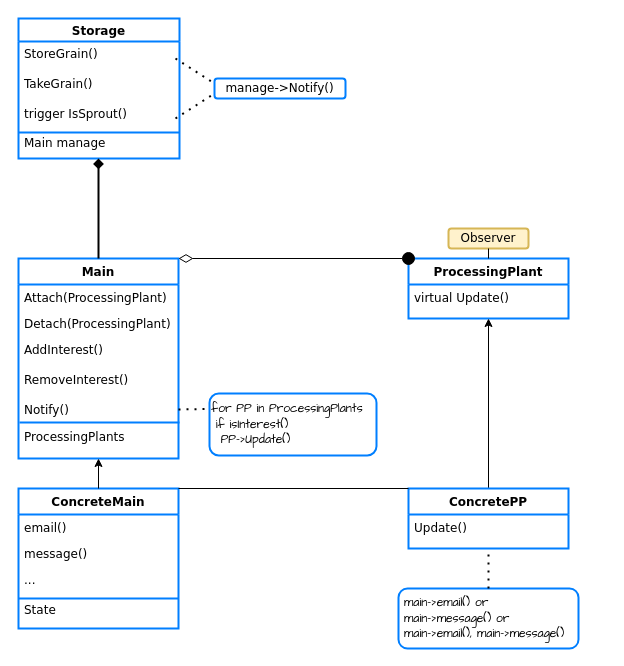
Earlier version of the draw.io diagram SEhw1.drawio (PtilopsisL/drawio). Source tidied: cells renumbered, new cells numbered last; positions are measured from the earlier drawing's top-left corner, leaving out a move shared by most shapes. Both pictures are drawn from the tidied source at 100%, with x=0, y=0 at pixel (18, 18).
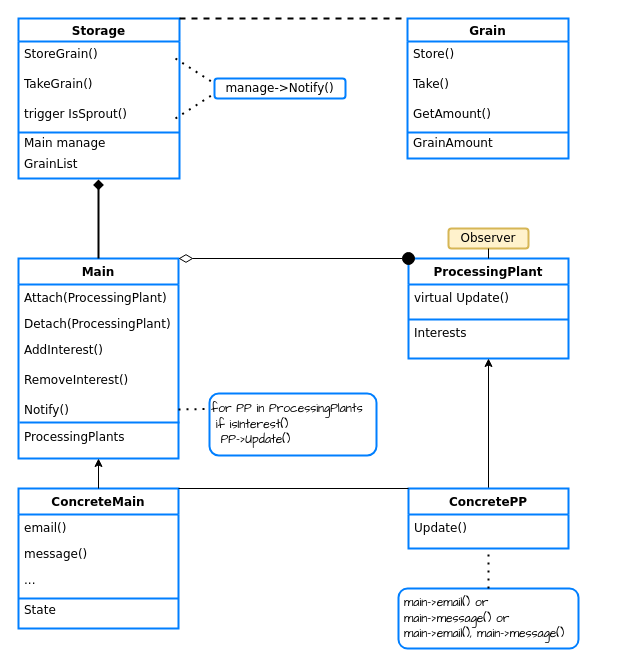
After the change.

Unchanged cells that the change refers to:
```xml
<mxCell id="2" value="Main" style="swimlane;fontStyle=1;align=center;verticalAlign=top;horizontal=1;startSize=26;rounded=0;shadow=0;strokeWidth=2;strokeColor=#007FFF;fontFamily=Verdana;" parent="1" vertex="1">
  <mxGeometry y="240" width="160" height="200" as="geometry" />
</mxCell>
<mxCell id="11" value="virtual Update()" style="text;align=left;verticalAlign=top;spacingLeft=4;spacingRight=4;overflow=hidden;points=[[0,0.5],[1,0.5]];portConstraint=eastwest;fontFamily=Verdana;" parent="10" vertex="1">
  <mxGeometry y="26" width="160" height="34" as="geometry" />
</mxCell>
<mxCell id="24" value="Main manage" style="text;html=1;strokeColor=none;fillColor=none;align=left;verticalAlign=middle;whiteSpace=wrap;rounded=0;fontFamily=Verdana;spacingLeft=4;" parent="19" vertex="1">
  <mxGeometry y="110" width="160" height="30" as="geometry" />
</mxCell>
```

Change to the diagram source:
```diff
@@
     <mxCell id="10" value="ProcessingPlant" style="swimlane;fontStyle=1;align=center;verticalAlign=top;horizontal=1;startSize=26;rounded=0;shadow=0;strokeWidth=2;strokeColor=#007FFF;fontFamily=Verdana;" parent="1" vertex="1">
-      <mxGeometry x="390" y="240" width="160" height="60" as="geometry" />
+      <mxGeometry x="390" y="240" width="160" height="100" as="geometry" />
     </mxCell>
@@
+    <mxCell id="40" style="endArrow=none;html=1;rounded=0;fontFamily=Verdana;strokeColor=#007FFF;strokeWidth=2;exitX=0;exitY=1.029;exitDx=0;exitDy=0;exitPerimeter=0;entryX=1;entryY=1.029;entryDx=0;entryDy=0;entryPerimeter=0;" parent="10" edge="1" source="11" target="11">
+      <mxGeometry relative="1" as="geometry" />
+    </mxCell>
+    <mxCell id="41" value="Interests" style="text;html=1;strokeColor=none;fillColor=none;align=left;verticalAlign=middle;whiteSpace=wrap;rounded=0;fontFamily=Verdana;spacingLeft=4;" parent="10" vertex="1">
+      <mxGeometry y="60" width="160" height="30" as="geometry" />
+    </mxCell>
-    <mxCell id="12" value="&lt;font face=&quot;Comic Sans MS&quot;&gt;for PP in ProcessingPlants&lt;br&gt;&lt;span style=&quot;white-space: pre&quot;&gt;&lt;span style=&quot;white-space: pre&quot;&gt;&lt;span style=&quot;white-space: pre&quot;&gt; if isInterest()&lt;/span&gt;&lt;br/&gt;&lt;/span&gt;&lt;span style=&quot;white-space: pre&quot;&gt; &lt;span style=&quot;white-space: pre&quot;&gt; &lt;/span&gt;&lt;/span&gt;PP-&amp;gt;Update()&lt;/span&gt;&lt;/font&gt;" style="rounded=1;whiteSpace=wrap;html=1;align=left;strokeColor=#007FFF;strokeWidth=2;" parent="1" vertex="1">
+    <mxCell id="12" value="&lt;font face=&quot;Comic Sans MS&quot;&gt;for PP in ProcessingPlants&lt;br&gt;&lt;span style=&quot;white-space: pre&quot;&gt;&lt;span style=&quot;white-space: pre&quot;&gt;&lt;span style=&quot;white-space: pre&quot;&gt;&lt;span style=&quot;white-space: pre&quot;&gt; &lt;/span&gt;if isInterest()&lt;/span&gt;&lt;br&gt;&lt;/span&gt;&lt;span style=&quot;white-space: pre&quot;&gt; &lt;span style=&quot;white-space: pre&quot;&gt; &lt;/span&gt;&lt;/span&gt;PP-&amp;gt;Update()&lt;/span&gt;&lt;/font&gt;" style="rounded=1;whiteSpace=wrap;html=1;align=left;strokeColor=#007FFF;strokeWidth=2;" parent="1" vertex="1">
       <mxGeometry x="191" y="375" width="167" height="62" as="geometry" />
     </mxCell>
@@
     <mxCell id="19" value="Storage" style="swimlane;fontFamily=Verdana;strokeColor=#007FFF;strokeWidth=2;" parent="1" vertex="1">
-      <mxGeometry width="161" height="140" as="geometry" />
+      <mxGeometry width="161" height="160" as="geometry" />
     </mxCell>
@@
+    <mxCell id="42" value="GrainList" style="text;html=1;strokeColor=none;fillColor=none;align=left;verticalAlign=middle;whiteSpace=wrap;rounded=0;fontFamily=Verdana;spacingLeft=4;" parent="19" vertex="1">
+      <mxGeometry y="131" width="160" height="30" as="geometry" />
+    </mxCell>
@@
-    <mxCell id="29" style="endArrow=diamond;html=1;rounded=0;fontFamily=Verdana;strokeColor=#000000;strokeWidth=2;exitX=0.5;exitY=0;exitDx=0;exitDy=0;entryX=0.5;entryY=1;entryDx=0;entryDy=0;endFill=1;" parent="1" edge="1" source="2" target="24">
+    <mxCell id="29" style="endArrow=diamond;html=1;rounded=0;fontFamily=Verdana;strokeColor=#000000;strokeWidth=2;exitX=0.5;exitY=0;exitDx=0;exitDy=0;endFill=1;entryX=0.5;entryY=1;entryDx=0;entryDy=0;" parent="1" edge="1" source="2" target="42">
       <mxGeometry relative="1" as="geometry" />
     </mxCell>
@@
+    <mxCell id="43" value="Grain" style="swimlane;fontFamily=Verdana;strokeColor=#007FFF;strokeWidth=2;" parent="1" vertex="1">
+      <mxGeometry x="389" width="161" height="140" as="geometry" />
+    </mxCell>
+    <mxCell id="44" value="GetAmount()" style="text;strokeColor=none;fillColor=none;align=left;verticalAlign=middle;spacingLeft=4;spacingRight=4;overflow=hidden;points=[[0,0.5],[1,0.5]];portConstraint=eastwest;fontFamily=Verdana;" parent="43" vertex="1">
+      <mxGeometry y="80" width="200" height="30" as="geometry" />
+    </mxCell>
+    <mxCell id="45" value="Store()" style="text;strokeColor=none;fillColor=none;align=left;verticalAlign=middle;spacingLeft=4;spacingRight=4;overflow=hidden;fontFamily=Verdana;" parent="43" vertex="1">
+      <mxGeometry y="20" width="200" height="30" as="geometry" />
+    </mxCell>
+    <mxCell id="46" value="Take()" style="text;strokeColor=none;fillColor=none;align=left;verticalAlign=middle;spacingLeft=4;spacingRight=4;overflow=hidden;fontFamily=Verdana;" parent="43" vertex="1">
+      <mxGeometry y="50" width="200" height="30" as="geometry" />
+    </mxCell>
+    <mxCell id="47" style="endArrow=none;html=1;rounded=0;fontFamily=Verdana;exitX=0;exitY=1.133;exitDx=0;exitDy=0;exitPerimeter=0;strokeColor=#007FFF;strokeWidth=2;" parent="43" edge="1" source="44">
+      <mxGeometry relative="1" as="geometry">
+        <mxPoint x="161" y="114" as="targetPoint" />
+      </mxGeometry>
+    </mxCell>
+    <mxCell id="48" value="GrainAmount" style="text;html=1;strokeColor=none;fillColor=none;align=left;verticalAlign=middle;whiteSpace=wrap;rounded=0;fontFamily=Verdana;spacingLeft=4;" parent="43" vertex="1">
+      <mxGeometry y="110" width="160" height="30" as="geometry" />
+    </mxCell>
+    <mxCell id="49" style="endArrow=none;dashed=1;html=1;rounded=0;entryX=0;entryY=0;entryDx=0;entryDy=0;exitX=1;exitY=0;exitDx=0;exitDy=0;strokeWidth=2;" parent="1" edge="1" source="19" target="43">
+      <mxGeometry relative="1" as="geometry" />
+    </mxCell>
```
